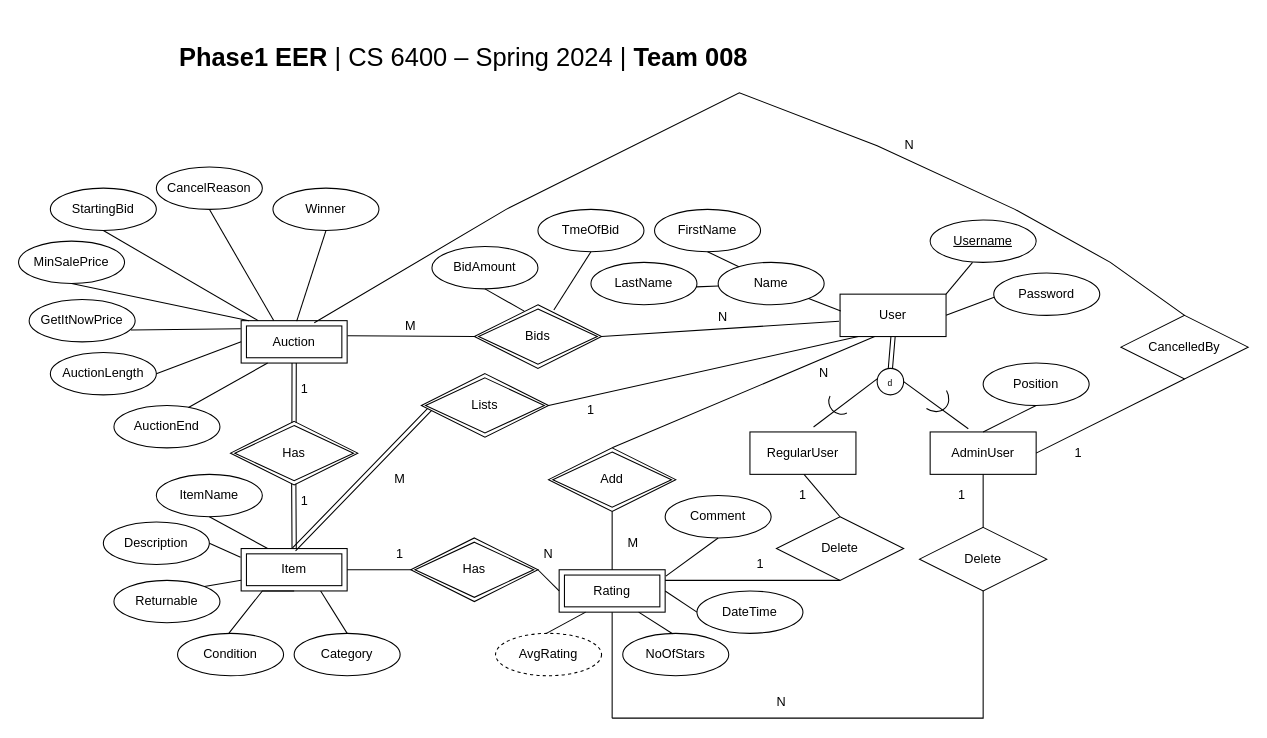
Earlier version of the draw.io diagram Phase_1/EER/eer_jnaranjo9.drawio (leileili1010/Buzzbid). Source tidied: cells renumbered, new cells numbered last; positions are measured from the earlier drawing's top-left corner, leaving out a move shared by most shapes. Both pictures are drawn from the tidied source at 106%, with x=0, y=0 at pixel (18, 39).
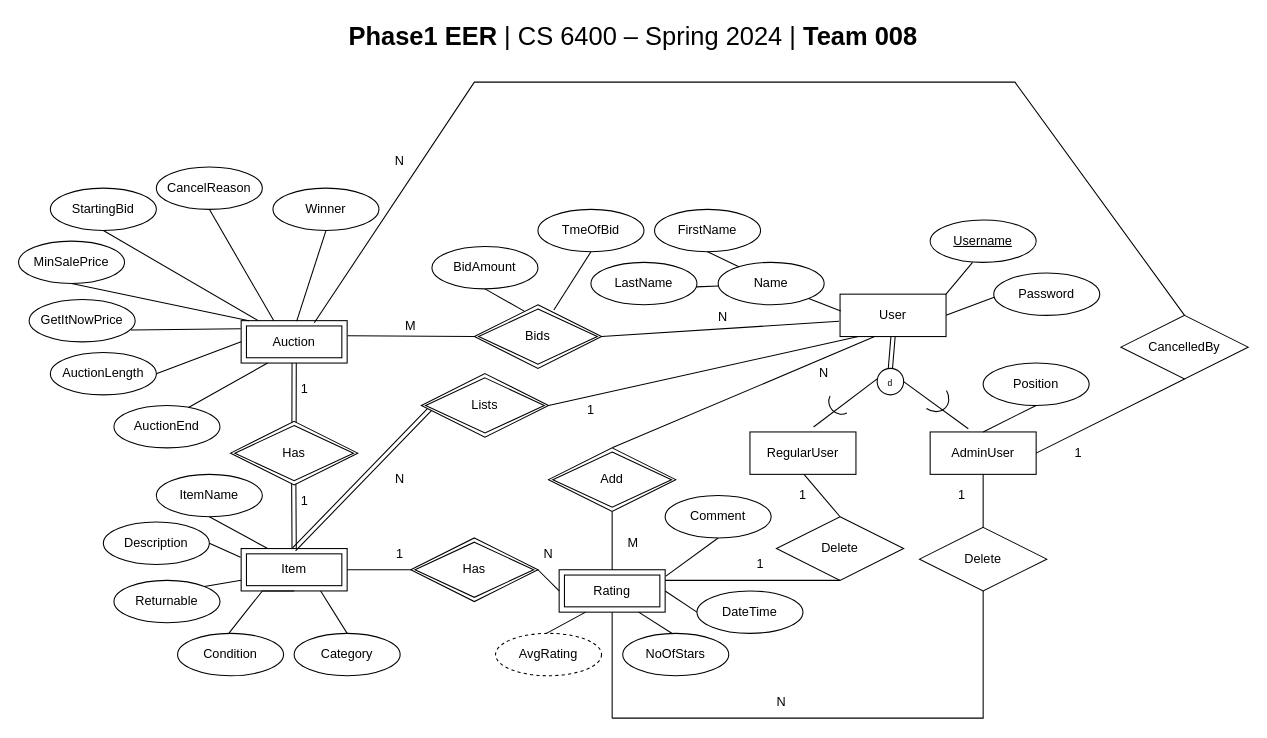
The same diagram, later.

Unchanged cells that the change refers to:
```xml
<mxCell id="38" value="Auction" style="shape=ext;margin=3;double=1;whiteSpace=wrap;html=1;align=center;" parent="1" vertex="1">
  <mxGeometry x="210" y="265" width="100" height="40" as="geometry" />
</mxCell>
<mxCell id="64" value="CancelledBy" style="shape=rhombus;perimeter=rhombusPerimeter;whiteSpace=wrap;html=1;align=center;" parent="1" vertex="1">
  <mxGeometry x="1040" y="260" width="120" height="60" as="geometry" />
</mxCell>
```

The edit, as a diff of the source:
```diff
@@
-    <mxCell id="34" value="M" style="text;html=1;strokeColor=none;fillColor=none;align=center;verticalAlign=middle;whiteSpace=wrap;rounded=0;" parent="1" vertex="1">
+    <mxCell id="34" value="N" style="text;html=1;strokeColor=none;fillColor=none;align=center;verticalAlign=middle;whiteSpace=wrap;rounded=0;" parent="1" vertex="1">
       <mxGeometry x="330" y="400" width="60" height="30" as="geometry" />
     </mxCell>
@@
     <mxCell id="66" style="endArrow=none;html=1;rounded=0;entryX=0.5;entryY=0;entryDx=0;entryDy=0;exitX=0.69;exitY=0.05;exitDx=0;exitDy=0;exitPerimeter=0;" parent="1" edge="1" source="38" target="64">
       <mxGeometry relative="1" as="geometry">
         <Array as="points">
-          <mxPoint x="460" y="160" />
-          <mxPoint x="680" y="50" />
-          <mxPoint x="810" y="100" />
-          <mxPoint x="940" y="160" />
-          <mxPoint x="1030" y="210" />
+          <mxPoint x="430" y="40" />
+          <mxPoint x="850" y="40" />
+          <mxPoint x="940" y="40" />
         </Array>
       </mxGeometry>
     </mxCell>
@@
     <mxCell id="104" value="N" style="html=1;whiteSpace=wrap;align=right;verticalAlign=bottom;" parent="1" vertex="1">
-      <mxGeometry x="680.5" y="280" as="geometry">
+      <mxGeometry x="200" y="295" as="geometry">
         <mxPoint x="165" y="-172" as="offset" />
       </mxGeometry>
     </mxCell>
     <mxCell id="105" value="&lt;p style=&quot;margin: 2pt 0in 0in; line-height: normal;&quot; align=&quot;center&quot; class=&quot;MsoNormal&quot;&gt;&lt;font style=&quot;font-size: 24px;&quot;&gt;&lt;b&gt;&lt;span style=&quot;font-family: Arial, sans-serif;&quot;&gt;Phase1 EER &lt;/span&gt;&lt;/b&gt;&lt;span&gt;| CS 6400 – Spring 2024 | &lt;b&gt;Team 008&lt;/b&gt;&lt;/span&gt;&lt;/font&gt;&lt;/p&gt;" style="text;html=1;strokeColor=none;fillColor=none;align=center;verticalAlign=middle;whiteSpace=wrap;rounded=0;" parent="1" vertex="1">
-      <mxGeometry x="20" width="800" height="30" as="geometry" />
+      <mxGeometry x="180" y="-20" width="800" height="30" as="geometry" />
     </mxCell>
```
